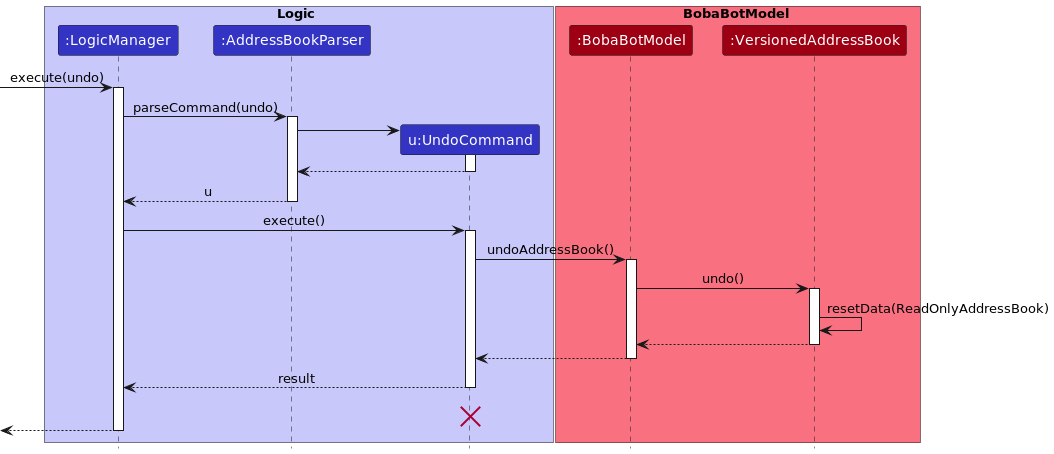
This is docs/images/UndoSequenceDiagram.png from nus-cs2103-AY2223S1/tp, a PlantUML export, as it was before one commit.
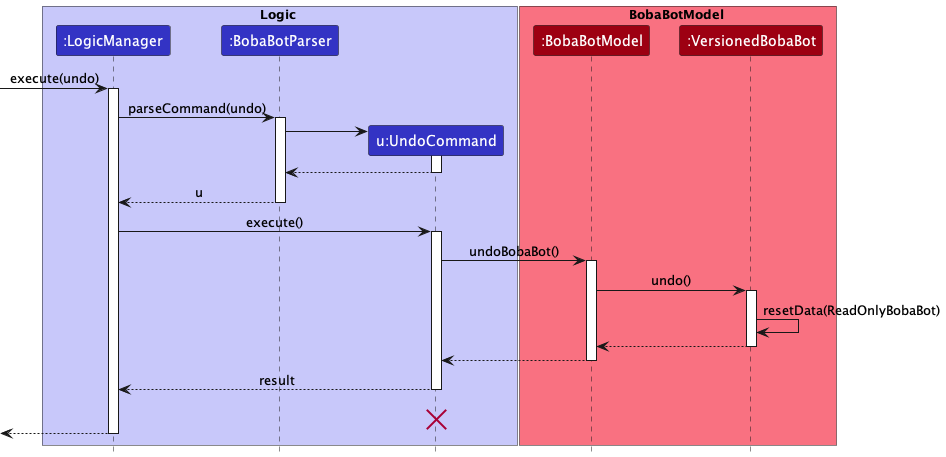
The same file after the commit.

Change to the diagram source:
```diff
@@ -3,42 +3,42 @@
 
 box Logic LOGIC_COLOR_T1
 participant ":LogicManager" as LogicManager LOGIC_COLOR
-participant ":AddressBookParser" as AddressBookParser LOGIC_COLOR
+participant ":BobaBotParser" as BobaBotParser LOGIC_COLOR
 participant "u:UndoCommand" as UndoCommand LOGIC_COLOR
 end box
 
 box BobaBotModel MODEL_COLOR_T1
 participant ":BobaBotModel" as BobaBotModel MODEL_COLOR
-participant ":VersionedAddressBook" as VersionedAddressBook MODEL_COLOR
+participant ":VersionedBobaBot" as VersionedBobaBot MODEL_COLOR
 end box
 [-> LogicManager : execute(undo)
 activate LogicManager
 
-LogicManager -> AddressBookParser : parseCommand(undo)
-activate AddressBookParser
+LogicManager -> BobaBotParser : parseCommand(undo)
+activate BobaBotParser
 
 create UndoCommand
-AddressBookParser -> UndoCommand
+BobaBotParser -> UndoCommand
 activate UndoCommand
 
-UndoCommand --> AddressBookParser
+UndoCommand --> BobaBotParser
 deactivate UndoCommand
 
-AddressBookParser --> LogicManager : u
-deactivate AddressBookParser
+BobaBotParser --> LogicManager : u
+deactivate BobaBotParser
 
 LogicManager -> UndoCommand : execute()
 activate UndoCommand
 
-UndoCommand -> BobaBotModel : undoAddressBook()
+UndoCommand -> BobaBotModel : undoBobaBot()
 activate BobaBotModel
 
-BobaBotModel -> VersionedAddressBook : undo()
-activate VersionedAddressBook
+BobaBotModel -> VersionedBobaBot : undo()
+activate VersionedBobaBot
 
-VersionedAddressBook -> VersionedAddressBook :resetData(ReadOnlyAddressBook)
-VersionedAddressBook --> BobaBotModel :
-deactivate VersionedAddressBook
+VersionedBobaBot -> VersionedBobaBot :resetData(ReadOnlyBobaBot)
+VersionedBobaBot --> BobaBotModel :
+deactivate VersionedBobaBot
 
 BobaBotModel --> UndoCommand
 deactivate BobaBotModel
```
